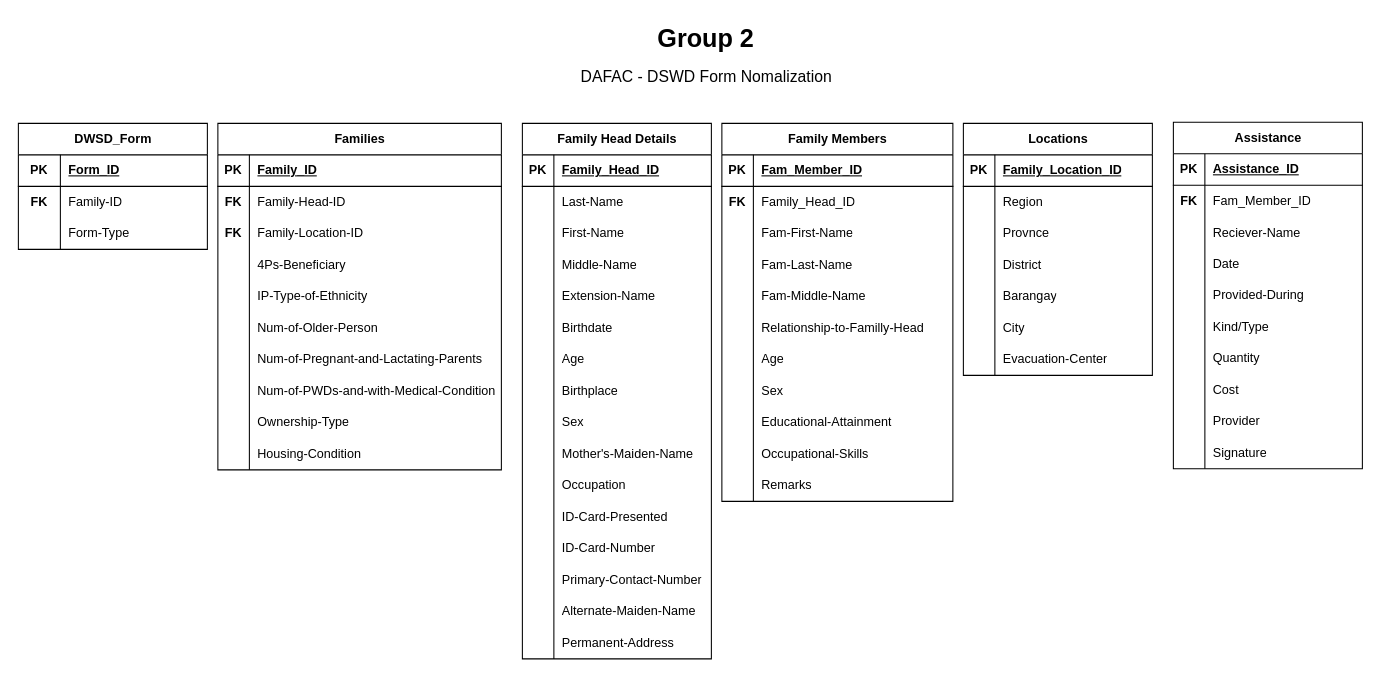
Before: DSWDForm.drawio in Lanxxxe/Apartment-Watch, a draw.io diagram. Source tidied: cells renumbered, new cells numbered last; positions are measured from the earlier drawing's top-left corner, leaving out a move shared by most shapes. Both pictures are drawn from the tidied source at 105%, with x=0, y=0 at pixel (18, 18).
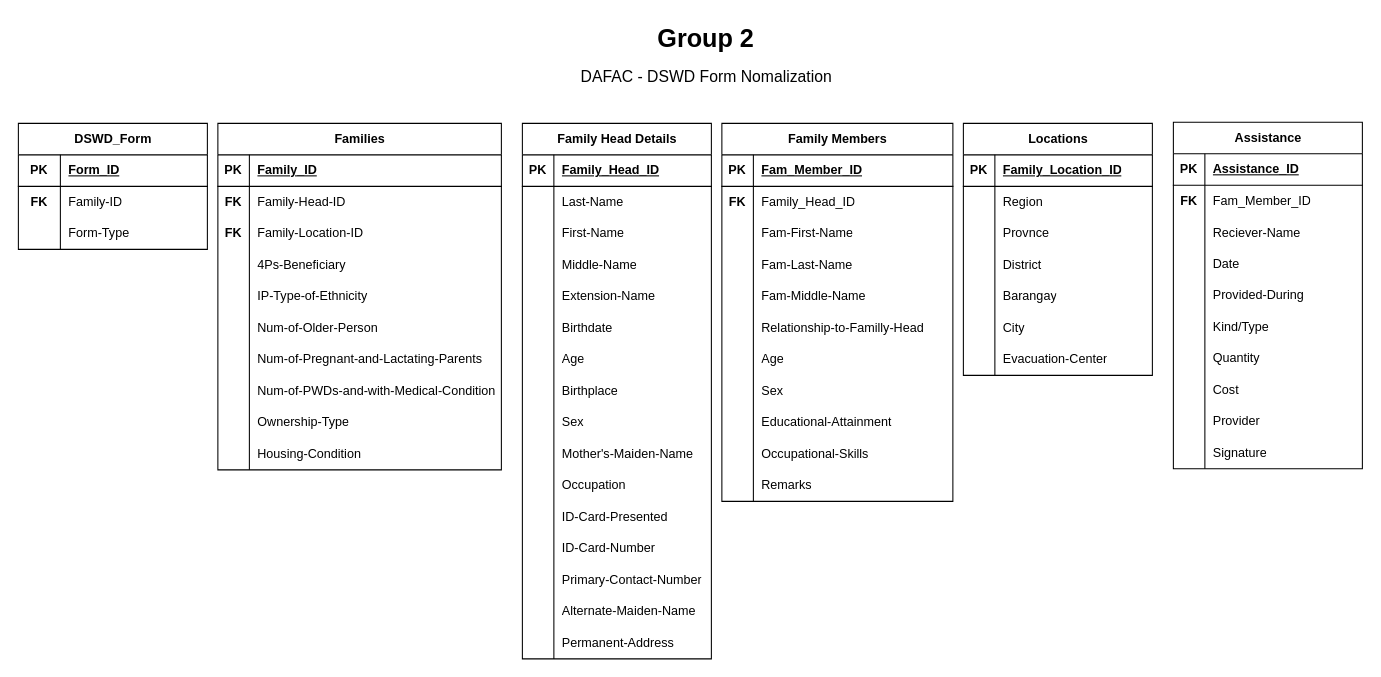
The same page after the edit.

What changed in the source:
```diff
@@
-    <mxCell id="170" value="DWSD_Form" style="shape=table;startSize=30;childLayout=tableLayout;rowLines=0;fontStyle=1;align=center;html=1;" parent="1" vertex="1">
+    <mxCell id="170" value="DSWD_Form" style="shape=table;startSize=30;childLayout=tableLayout;rowLines=0;fontStyle=1;align=center;html=1;" parent="1" vertex="1">
       <mxGeometry y="100" width="180" height="120" as="geometry" />
     </mxCell>
```
